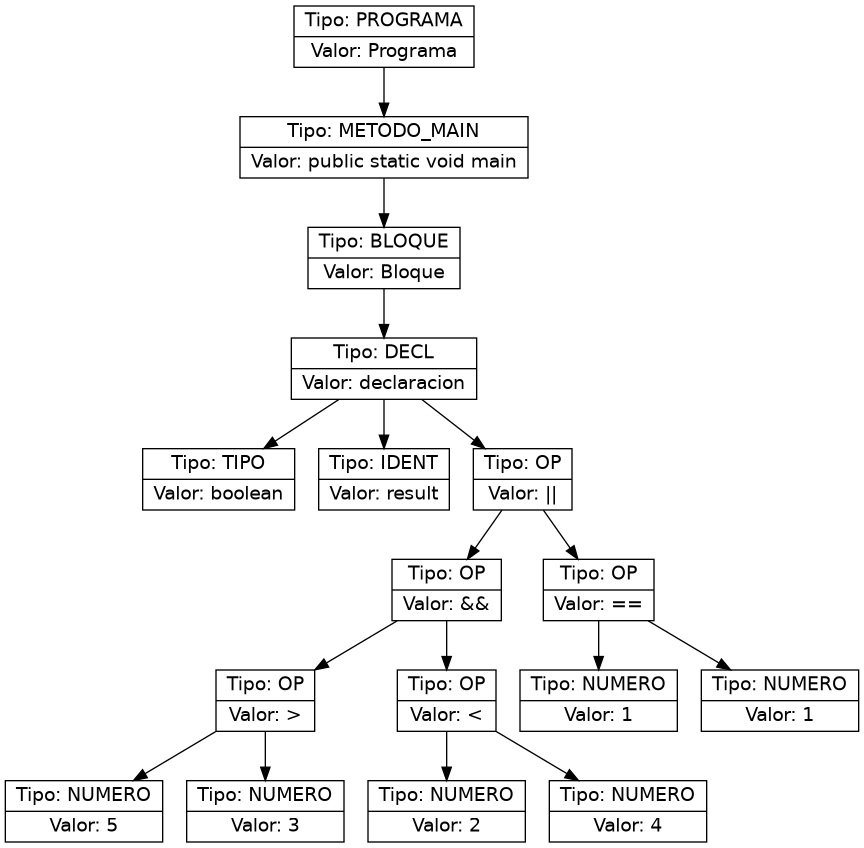
Farot30/OLC2_2s2025_P2_202307820 keeps this Graphviz diagram as ast.png. Above is the earlier version. Its source is kept beside it as ast.dot.
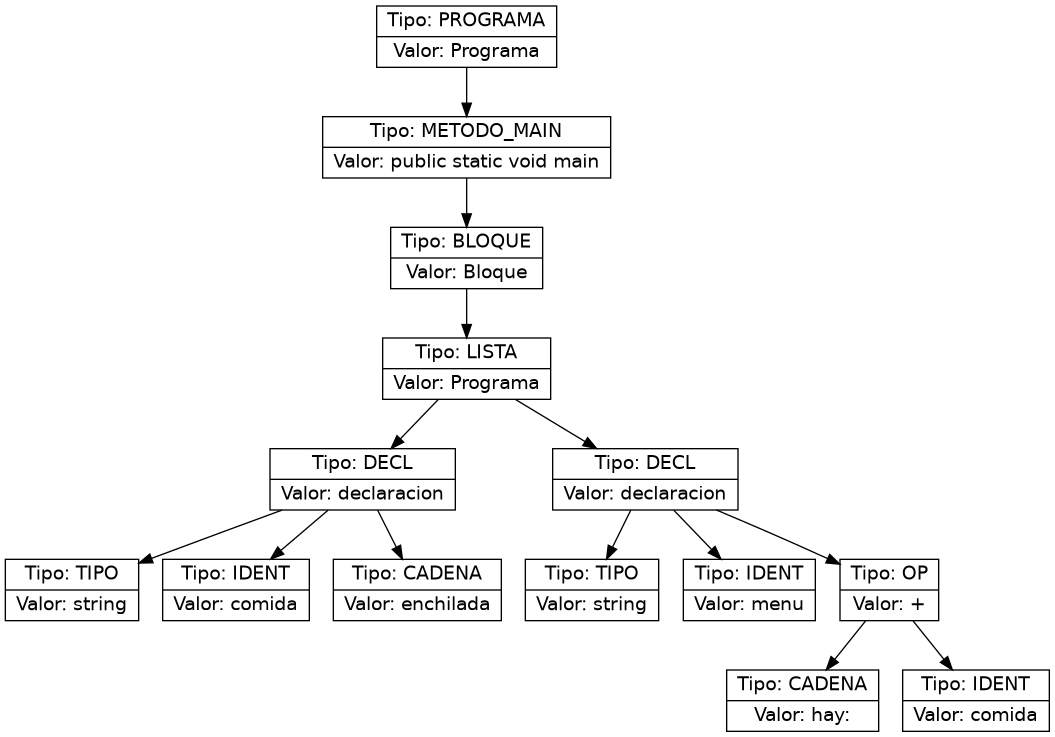
After the commit.

Diff of the diagram source:
```diff
@@ -1,36 +1,30 @@
 digraph AST {
   node [shape=record,fontname="Helvetica"];
-  n0x5ed95dd35350 [label="{Tipo: PROGRAMA|Valor: Programa}"];
-  n0x5ed95dd35350 -> n0x5ed95db277e0;
-  n0x5ed95db277e0 [label="{Tipo: METODO_MAIN|Valor: public static void main}"];
-  n0x5ed95db277e0 -> n0x5ed95dd8ba80;
-  n0x5ed95dd8ba80 [label="{Tipo: BLOQUE|Valor: Bloque}"];
-  n0x5ed95dd8ba80 -> n0x5ed95dec9630;
-  n0x5ed95dec9630 [label="{Tipo: DECL|Valor: declaracion}"];
-  n0x5ed95dec9630 -> n0x5ed95db19a40;
-  n0x5ed95db19a40 [label="{Tipo: TIPO|Valor: boolean}"];
-  n0x5ed95dec9630 -> n0x5ed95dafc5a0;
-  n0x5ed95dafc5a0 [label="{Tipo: IDENT|Valor: result}"];
-  n0x5ed95dec9630 -> n0x5ed95dcae050;
-  n0x5ed95dcae050 [label="{Tipo: OP|Valor: &#124;&#124;}"];
-  n0x5ed95dcae050 -> n0x5ed95db4ca50;
-  n0x5ed95db4ca50 [label="{Tipo: OP|Valor: &&}"];
-  n0x5ed95db4ca50 -> n0x5ed95dd8faa0;
-  n0x5ed95dd8faa0 [label="{Tipo: OP|Valor: &gt;}"];
-  n0x5ed95dd8faa0 -> n0x5ed95db4cd30;
-  n0x5ed95db4cd30 [label="{Tipo: NUMERO|Valor: 5}"];
-  n0x5ed95dd8faa0 -> n0x5ed95dd91900;
-  n0x5ed95dd91900 [label="{Tipo: NUMERO|Valor: 3}"];
-  n0x5ed95db4ca50 -> n0x5ed95dcadb50;
-  n0x5ed95dcadb50 [label="{Tipo: OP|Valor: &lt;}"];
-  n0x5ed95dcadb50 -> n0x5ed95db02050;
-  n0x5ed95db02050 [label="{Tipo: NUMERO|Valor: 2}"];
-  n0x5ed95dcadb50 -> n0x5ed95db21c20;
-  n0x5ed95db21c20 [label="{Tipo: NUMERO|Valor: 4}"];
-  n0x5ed95dcae050 -> n0x5ed95de887d0;
-  n0x5ed95de887d0 [label="{Tipo: OP|Valor: ==}"];
-  n0x5ed95de887d0 -> n0x5ed95dd8f860;
-  n0x5ed95dd8f860 [label="{Tipo: NUMERO|Valor: 1}"];
-  n0x5ed95de887d0 -> n0x5ed95db20ed0;
-  n0x5ed95db20ed0 [label="{Tipo: NUMERO|Valor: 1}"];
+  n0x6487e06d73f0 [label="{Tipo: PROGRAMA|Valor: Programa}"];
+  n0x6487e06d73f0 -> n0x6487e08ebc00;
+  n0x6487e08ebc00 [label="{Tipo: METODO_MAIN|Valor: public static void main}"];
+  n0x6487e08ebc00 -> n0x6487e050ade0;
+  n0x6487e050ade0 [label="{Tipo: BLOQUE|Valor: Bloque}"];
+  n0x6487e050ade0 -> n0x6487e072f2b0;
+  n0x6487e072f2b0 [label="{Tipo: LISTA|Valor: Programa}"];
+  n0x6487e072f2b0 -> n0x6487e08e5110;
+  n0x6487e08e5110 [label="{Tipo: DECL|Valor: declaracion}"];
+  n0x6487e08e5110 -> n0x6487e0764aa0;
+  n0x6487e0764aa0 [label="{Tipo: TIPO|Valor: string}"];
+  n0x6487e08e5110 -> n0x6487e076be70;
+  n0x6487e076be70 [label="{Tipo: IDENT|Valor: comida}"];
+  n0x6487e08e5110 -> n0x6487e0526900;
+  n0x6487e0526900 [label="{Tipo: CADENA|Valor: enchilada}"];
+  n0x6487e072f2b0 -> n0x6487e090b030;
+  n0x6487e090b030 [label="{Tipo: DECL|Valor: declaracion}"];
+  n0x6487e090b030 -> n0x6487e086e980;
+  n0x6487e086e980 [label="{Tipo: TIPO|Valor: string}"];
+  n0x6487e090b030 -> n0x6487e08eb110;
+  n0x6487e08eb110 [label="{Tipo: IDENT|Valor: menu}"];
+  n0x6487e090b030 -> n0x6487e0760940;
+  n0x6487e0760940 [label="{Tipo: OP|Valor: +}"];
+  n0x6487e0760940 -> n0x6487e07194d0;
+  n0x6487e07194d0 [label="{Tipo: CADENA|Valor: hay: }"];
+  n0x6487e0760940 -> n0x6487e051b180;
+  n0x6487e051b180 [label="{Tipo: IDENT|Valor: comida}"];
 }
```
